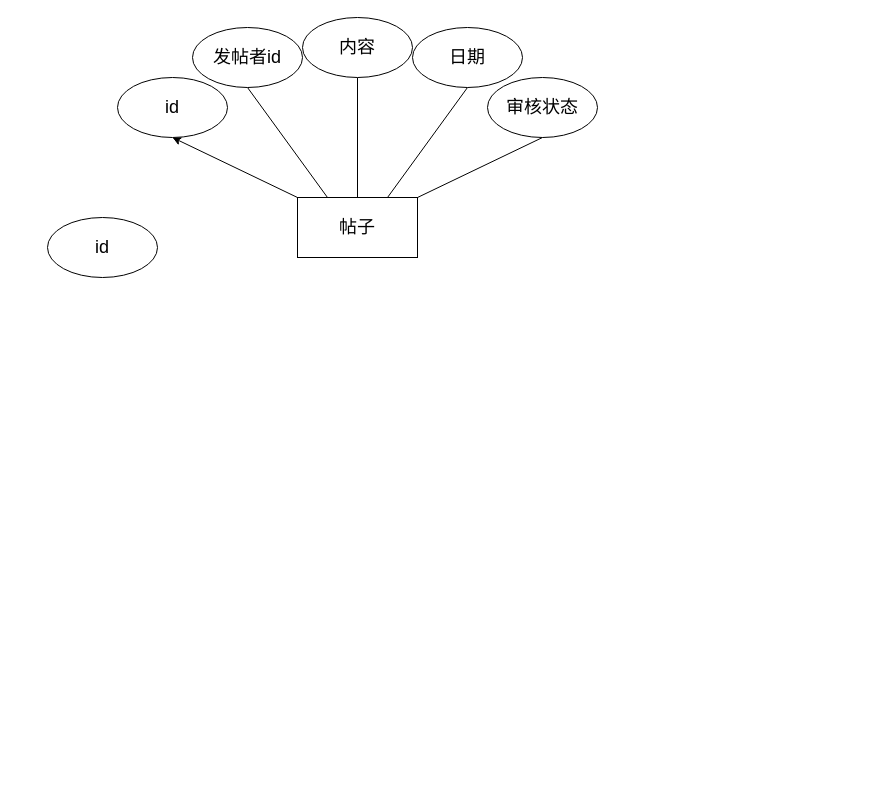
The draw.io diagram 金融/论坛er.drawio in eamonyuuzen/diagrams, before the edit. Source tidied: cells renumbered, new cells numbered last; positions are measured from the earlier drawing's top-left corner, leaving out a move shared by most shapes. Both pictures are drawn from the tidied source at 100%, with x=0, y=0 at pixel (47, 17).
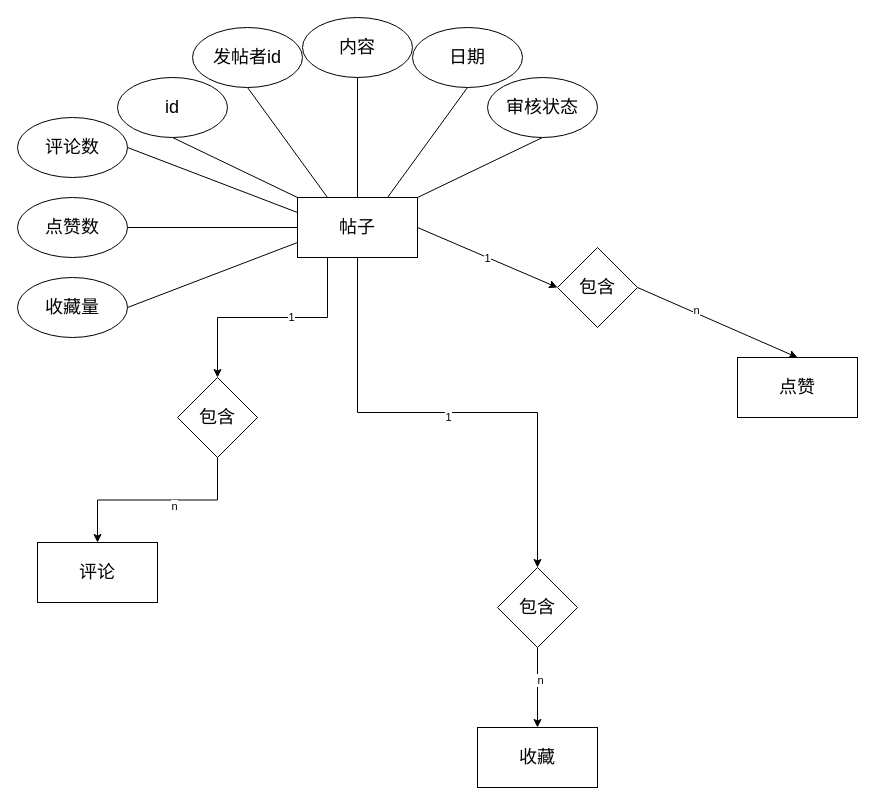
Above is the later version.

The change refers to these unchanged cells:
```xml
<mxCell id="7" value="帖子" style="rounded=0;whiteSpace=wrap;html=1;fontStyle=0;fontSize=18;" parent="1" vertex="1">
  <mxGeometry x="250" y="180" width="120" height="60" as="geometry" />
</mxCell>
<mxCell id="8" value="id" style="ellipse;whiteSpace=wrap;html=1;fontStyle=0;fontSize=18;" parent="1" vertex="1">
  <mxGeometry x="70" y="60" width="110" height="60" as="geometry" />
</mxCell>
```

Diff of the diagram source:
```diff
@@
-    <mxCell id="6" style="rounded=0;jettySize=auto;html=1;exitX=0;exitY=0;exitDx=0;exitDy=0;entryX=0.5;entryY=1;entryDx=0;entryDy=0;" parent="1" edge="1" source="7" target="8">
+    <mxCell id="6" style="rounded=0;jettySize=auto;html=1;exitX=0;exitY=0;exitDx=0;exitDy=0;entryX=0.5;entryY=1;entryDx=0;entryDy=0;endArrow=none;endFill=0;" parent="1" edge="1" source="7" target="8">
       <mxGeometry relative="1" as="geometry" />
     </mxCell>
+    <mxCell id="15" style="rounded=0;jettySize=auto;html=1;exitX=0;exitY=0.25;exitDx=0;exitDy=0;entryX=1;entryY=0.5;entryDx=0;entryDy=0;endArrow=none;endFill=0;" parent="1" edge="1" source="7" target="25">
+      <mxGeometry relative="1" as="geometry" />
+    </mxCell>
+    <mxCell id="16" style="rounded=0;jettySize=auto;html=1;exitX=0;exitY=0.5;exitDx=0;exitDy=0;entryX=1;entryY=0.5;entryDx=0;entryDy=0;endArrow=none;endFill=0;" parent="1" edge="1" source="7" target="14">
+      <mxGeometry relative="1" as="geometry" />
+    </mxCell>
+    <mxCell id="17" style="rounded=0;jettySize=auto;html=1;exitX=0;exitY=0.75;exitDx=0;exitDy=0;entryX=1;entryY=0.5;entryDx=0;entryDy=0;endArrow=none;endFill=0;" parent="1" edge="1" source="7" target="24">
+      <mxGeometry relative="1" as="geometry" />
+    </mxCell>
+    <mxCell id="18" style="rounded=0;jettySize=auto;html=1;exitX=1;exitY=0.5;exitDx=0;exitDy=0;entryX=0;entryY=0.5;entryDx=0;entryDy=0;" parent="1" edge="1" source="7" target="37">
+      <mxGeometry relative="1" as="geometry" />
+    </mxCell>
+    <mxCell id="19" value="1" style="edgeLabel;html=1;align=center;verticalAlign=middle;" parent="18" vertex="1">
+      <mxGeometry y="-1" relative="1" as="geometry" />
+    </mxCell>
+    <mxCell id="20" style="edgeStyle=orthogonalEdgeStyle;rounded=0;jettySize=auto;html=1;exitX=0.5;exitY=1;exitDx=0;exitDy=0;entryX=0.5;entryY=0;entryDx=0;entryDy=0;" parent="1" edge="1" source="7" target="31">
+      <mxGeometry relative="1" as="geometry" />
+    </mxCell>
+    <mxCell id="21" value="1" style="edgeLabel;html=1;align=center;verticalAlign=middle;" parent="20" vertex="1">
+      <mxGeometry y="-4" relative="1" as="geometry" />
+    </mxCell>
+    <mxCell id="22" style="edgeStyle=orthogonalEdgeStyle;rounded=0;jettySize=auto;html=1;exitX=0.25;exitY=1;exitDx=0;exitDy=0;entryX=0.5;entryY=0;entryDx=0;entryDy=0;" parent="1" edge="1" source="7" target="34">
+      <mxGeometry relative="1" as="geometry" />
+    </mxCell>
+    <mxCell id="23" value="1" style="edgeLabel;html=1;align=center;verticalAlign=middle;" parent="22" vertex="1">
+      <mxGeometry x="-0.16" y="-1" relative="1" as="geometry" />
+    </mxCell>
@@
-    <mxCell id="9" style="rounded=0;jettySize=auto;html=1;exitX=0;exitY=0;exitDx=0;exitDy=0;entryX=0.5;entryY=1;entryDx=0;entryDy=0;fontStyle=0;fontSize=18;endArrow=none;endFill=0;" parent="1" edge="1" source="14">
-      <mxGeometry relative="1" as="geometry">
-        <mxPoint x="55" y="220" as="targetPoint" />
-      </mxGeometry>
-    </mxCell>
@@
-    <mxCell id="14" value="id" style="ellipse;whiteSpace=wrap;html=1;fontStyle=0;fontSize=18;" parent="1" vertex="1">
-      <mxGeometry y="200" width="110" height="60" as="geometry" />
+    <mxCell id="14" value="点赞数" style="ellipse;whiteSpace=wrap;html=1;fontStyle=0;fontSize=18;" parent="1" vertex="1">
+      <mxGeometry x="-30" y="180" width="110" height="60" as="geometry" />
     </mxCell>
+    <mxCell id="24" value="收藏量" style="ellipse;whiteSpace=wrap;html=1;fontStyle=0;fontSize=18;" parent="1" vertex="1">
+      <mxGeometry x="-30" y="260" width="110" height="60" as="geometry" />
+    </mxCell>
+    <mxCell id="25" value="评论数" style="ellipse;whiteSpace=wrap;html=1;fontStyle=0;fontSize=18;" parent="1" vertex="1">
+      <mxGeometry x="-30" y="100" width="110" height="60" as="geometry" />
+    </mxCell>
+    <mxCell id="26" value="评论" style="rounded=0;whiteSpace=wrap;html=1;fontStyle=0;fontSize=18;" parent="1" vertex="1">
+      <mxGeometry x="-10" y="525" width="120" height="60" as="geometry" />
+    </mxCell>
+    <mxCell id="27" value="点赞" style="rounded=0;whiteSpace=wrap;html=1;fontStyle=0;fontSize=18;" parent="1" vertex="1">
+      <mxGeometry x="690" y="340" width="120" height="60" as="geometry" />
+    </mxCell>
+    <mxCell id="28" value="收藏" style="rounded=0;whiteSpace=wrap;html=1;fontStyle=0;fontSize=18;" parent="1" vertex="1">
+      <mxGeometry x="430" y="710" width="120" height="60" as="geometry" />
+    </mxCell>
+    <mxCell id="29" style="edgeStyle=orthogonalEdgeStyle;rounded=0;jettySize=auto;html=1;exitX=0.5;exitY=1;exitDx=0;exitDy=0;entryX=0.5;entryY=0;entryDx=0;entryDy=0;" parent="1" edge="1" source="31" target="28">
+      <mxGeometry relative="1" as="geometry" />
+    </mxCell>
+    <mxCell id="30" value="n" style="edgeLabel;html=1;align=center;verticalAlign=middle;" parent="29" vertex="1">
+      <mxGeometry x="-0.19" y="2" relative="1" as="geometry" />
+    </mxCell>
+    <mxCell id="31" value="包含" style="rhombus;whiteSpace=wrap;html=1;fontSize=18;" parent="1" vertex="1">
+      <mxGeometry x="450" y="550" width="80" height="80" as="geometry" />
+    </mxCell>
+    <mxCell id="32" style="edgeStyle=orthogonalEdgeStyle;rounded=0;jettySize=auto;html=1;exitX=0.5;exitY=1;exitDx=0;exitDy=0;entryX=0.5;entryY=0;entryDx=0;entryDy=0;" parent="1" edge="1" source="34" target="26">
+      <mxGeometry relative="1" as="geometry" />
+    </mxCell>
+    <mxCell id="33" value="n" style="edgeLabel;html=1;align=center;verticalAlign=middle;" parent="32" vertex="1">
+      <mxGeometry x="-0.16" y="6" relative="1" as="geometry" />
+    </mxCell>
+    <mxCell id="34" value="包含" style="rhombus;whiteSpace=wrap;html=1;fontSize=18;" parent="1" vertex="1">
+      <mxGeometry x="130" y="360" width="80" height="80" as="geometry" />
+    </mxCell>
+    <mxCell id="35" style="rounded=0;jettySize=auto;html=1;exitX=1;exitY=0.5;exitDx=0;exitDy=0;entryX=0.5;entryY=0;entryDx=0;entryDy=0;" parent="1" edge="1" source="37" target="27">
+      <mxGeometry relative="1" as="geometry" />
+    </mxCell>
+    <mxCell id="36" value="n" style="edgeLabel;html=1;align=center;verticalAlign=middle;" parent="35" vertex="1">
+      <mxGeometry x="-0.29" y="3" relative="1" as="geometry" />
+    </mxCell>
+    <mxCell id="37" value="包含" style="rhombus;whiteSpace=wrap;html=1;fontSize=18;" parent="1" vertex="1">
+      <mxGeometry x="510" y="230" width="80" height="80" as="geometry" />
+    </mxCell>
```
